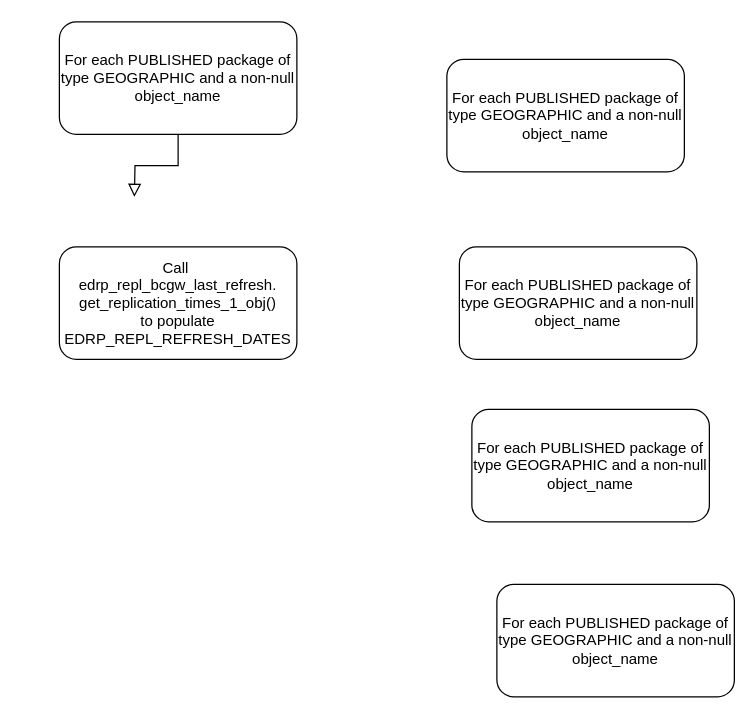
The draw.io diagram Processing Flow.drawio in mdunhamwilkie/bcgw-last-refresh-date, before the edit. Source tidied: cells renumbered, new cells numbered last; positions are measured from the earlier drawing's top-left corner, leaving out a move shared by most shapes. Both pictures are drawn from the tidied source at 125%, with x=0, y=0 at pixel (59, 21).
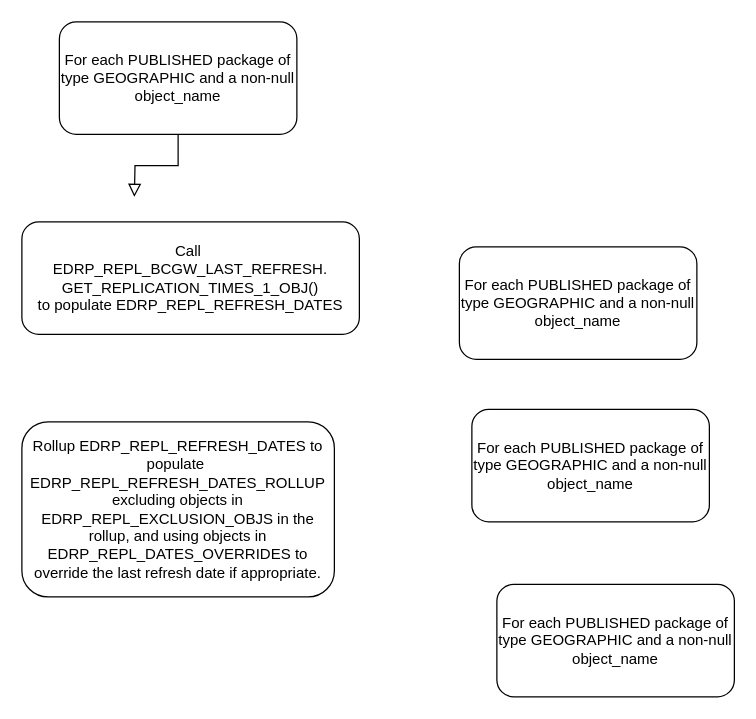
The same diagram, later.

Diff of the diagram source:
```diff
@@
 <mxGraphModel>
   <root>
     <mxCell id="0" />
     <mxCell id="1" parent="0" />
     <mxCell id="2" style="rounded=0;html=1;jettySize=auto;fontSize=11;endArrow=block;endFill=0;endSize=8;strokeWidth=1;shadow=0;labelBackgroundColor=none;edgeStyle=orthogonalEdgeStyle;" parent="1" edge="1" source="3">
       <mxGeometry relative="1" as="geometry">
         <mxPoint x="60" y="140" as="targetPoint" />
       </mxGeometry>
     </mxCell>
     <mxCell id="3" value="For each PUBLISHED package of type GEOGRAPHIC and a non-null object_name" style="rounded=1;whiteSpace=wrap;html=1;fontSize=12;glass=0;strokeWidth=1;shadow=0;" parent="1" vertex="1">
       <mxGeometry width="190" height="90" as="geometry" />
     </mxCell>
-    <mxCell id="4" value="Call&amp;nbsp;&lt;br&gt;edrp_repl_bcgw_last_refresh.&lt;br&gt;get_replication_times_1_obj()&lt;br&gt;to populate EDRP_REPL_REFRESH_DATES&lt;br&gt;" style="rounded=1;whiteSpace=wrap;html=1;fontSize=12;glass=0;strokeWidth=1;shadow=0;" parent="1" vertex="1">
-      <mxGeometry y="180" width="190" height="90" as="geometry" />
-    </mxCell>
     <mxCell id="5" value="For each PUBLISHED package of type GEOGRAPHIC and a non-null object_name" style="rounded=1;whiteSpace=wrap;html=1;fontSize=12;glass=0;strokeWidth=1;shadow=0;" parent="1" vertex="1">
       <mxGeometry x="350" y="450" width="190" height="90" as="geometry" />
     </mxCell>
-    <mxCell id="6" value="For each PUBLISHED package of type GEOGRAPHIC and a non-null object_name" style="rounded=1;whiteSpace=wrap;html=1;fontSize=12;glass=0;strokeWidth=1;shadow=0;" parent="1" vertex="1">
-      <mxGeometry x="310" y="30" width="190" height="90" as="geometry" />
+    <mxCell id="6" value="Rollup EDRP_REPL_REFRESH_DATES to populate&amp;nbsp;&lt;br&gt;EDRP_REPL_REFRESH_DATES_ROLLUP&lt;br&gt;excluding objects in EDRP_REPL_EXCLUSION_OBJS in the rollup, and using objects in EDRP_REPL_DATES_OVERRIDES to override the last refresh date if appropriate." style="rounded=1;whiteSpace=wrap;html=1;fontSize=12;glass=0;strokeWidth=1;shadow=0;" parent="1" vertex="1">
+      <mxGeometry x="-30" y="320" width="250" height="140" as="geometry" />
     </mxCell>
     <mxCell id="7" value="For each PUBLISHED package of type GEOGRAPHIC and a non-null object_name" style="rounded=1;whiteSpace=wrap;html=1;fontSize=12;glass=0;strokeWidth=1;shadow=0;" parent="1" vertex="1">
       <mxGeometry x="330" y="310" width="190" height="90" as="geometry" />
     </mxCell>
     <mxCell id="8" value="For each PUBLISHED package of type GEOGRAPHIC and a non-null object_name" style="rounded=1;whiteSpace=wrap;html=1;fontSize=12;glass=0;strokeWidth=1;shadow=0;" parent="1" vertex="1">
       <mxGeometry x="320" y="180" width="190" height="90" as="geometry" />
     </mxCell>
+    <mxCell id="9" value="Call&amp;nbsp;&lt;br&gt;EDRP_REPL_BCGW_LAST_REFRESH.&lt;br&gt;GET_REPLICATION_TIMES_1_OBJ()&lt;br&gt;to populate EDRP_REPL_REFRESH_DATES&lt;br&gt;" style="rounded=1;whiteSpace=wrap;html=1;fontSize=12;glass=0;strokeWidth=1;shadow=0;" parent="1" vertex="1">
+      <mxGeometry x="-30" y="160" width="270" height="90" as="geometry" />
+    </mxCell>
   </root>
 </mxGraphModel>
```
